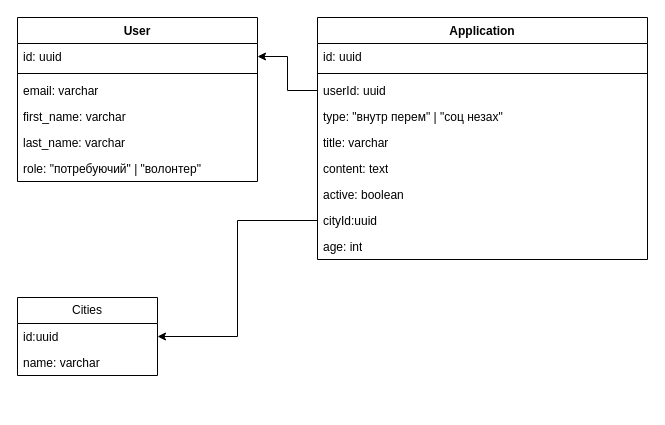
Above: Database.drawio in fyurchik/CodeCon (draw.io), before the change. Source tidied: cells renumbered, new cells numbered last; positions are measured from the earlier drawing's top-left corner, leaving out a move shared by most shapes. Both pictures are drawn from the tidied source at 100%, with x=0, y=0 at pixel (17, 17).
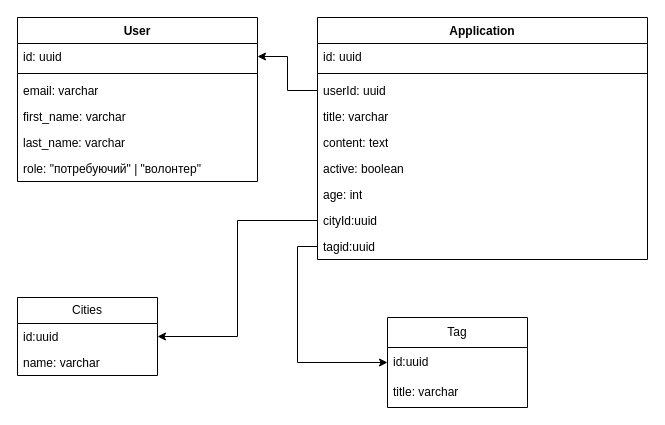
The same diagram, later.

Unchanged cells that the change refers to:
```xml
<mxCell id="9" value="Application" style="swimlane;fontStyle=1;align=center;verticalAlign=top;horizontal=1;startSize=26;whiteSpace=wrap;html=1;" parent="1" vertex="1">
  <mxGeometry x="300" width="330" height="242" as="geometry" />
</mxCell>
```

The edit, as a diff of the source:
```diff
@@
-    <mxCell id="13" value="type: &quot;внутр перем&quot; | &quot;соц незах&quot;" style="text;strokeColor=none;fillColor=none;align=left;verticalAlign=top;spacingLeft=4;spacingRight=4;overflow=hidden;whiteSpace=wrap;html=1;" parent="9" vertex="1">
-      <mxGeometry y="86" width="330" height="26" as="geometry" />
-    </mxCell>
     <mxCell id="14" value="title: varchar" style="text;strokeColor=none;fillColor=none;align=left;verticalAlign=top;spacingLeft=4;spacingRight=4;overflow=hidden;whiteSpace=wrap;html=1;" parent="9" vertex="1">
-      <mxGeometry y="112" width="330" height="26" as="geometry" />
+      <mxGeometry y="86" width="330" height="26" as="geometry" />
     </mxCell>
     <mxCell id="15" value="content: text" style="text;strokeColor=none;fillColor=none;align=left;verticalAlign=top;spacingLeft=4;spacingRight=4;overflow=hidden;whiteSpace=wrap;html=1;" parent="9" vertex="1">
-      <mxGeometry y="138" width="330" height="26" as="geometry" />
+      <mxGeometry y="112" width="330" height="26" as="geometry" />
     </mxCell>
     <mxCell id="16" value="active: boolean" style="text;strokeColor=none;fillColor=none;align=left;verticalAlign=top;spacingLeft=4;spacingRight=4;overflow=hidden;whiteSpace=wrap;html=1;" parent="9" vertex="1">
-      <mxGeometry y="164" width="330" height="26" as="geometry" />
+      <mxGeometry y="138" width="330" height="26" as="geometry" />
     </mxCell>
+    <mxCell id="18" value="age: int" style="text;strokeColor=none;fillColor=none;align=left;verticalAlign=top;spacingLeft=4;spacingRight=4;overflow=hidden;whiteSpace=wrap;html=1;" parent="9" vertex="1">
+      <mxGeometry y="164" width="330" height="26" as="geometry" />
+    </mxCell>
@@
-    <mxCell id="18" value="age: int" style="text;strokeColor=none;fillColor=none;align=left;verticalAlign=top;spacingLeft=4;spacingRight=4;overflow=hidden;whiteSpace=wrap;html=1;" parent="9" vertex="1">
-      <mxGeometry y="216" width="330" height="26" as="geometry" />
-    </mxCell>
+    <mxCell id="24" value="tagid:uuid" style="text;strokeColor=none;fillColor=none;align=left;verticalAlign=top;spacingLeft=4;spacingRight=4;overflow=hidden;points=[[0,0.5],[1,0.5]];portConstraint=eastwest;whiteSpace=wrap;html=1;" parent="9" vertex="1">
+      <mxGeometry y="216" width="330" height="26" as="geometry" />
+    </mxCell>
@@
+    <mxCell id="25" value="Tag" style="swimlane;fontStyle=0;horizontal=1;startSize=30;whiteSpace=wrap;html=1;" parent="1" vertex="1">
+      <mxGeometry x="370" y="300" width="140" height="90" as="geometry" />
+    </mxCell>
+    <mxCell id="26" value="id:uuid" style="text;strokeColor=none;fillColor=none;align=left;verticalAlign=middle;spacingLeft=4;spacingRight=4;overflow=hidden;points=[[0,0.5],[1,0.5]];portConstraint=eastwest;whiteSpace=wrap;html=1;" parent="25" vertex="1">
+      <mxGeometry y="30" width="140" height="30" as="geometry" />
+    </mxCell>
+    <mxCell id="27" value="title: varchar" style="text;strokeColor=none;fillColor=none;align=left;verticalAlign=middle;spacingLeft=4;spacingRight=4;overflow=hidden;whiteSpace=wrap;html=1;" parent="25" vertex="1">
+      <mxGeometry y="60" width="140" height="30" as="geometry" />
+    </mxCell>
+    <mxCell id="28" style="edgeStyle=orthogonalEdgeStyle;rounded=0;jettySize=auto;html=1;exitX=0;exitY=0.5;exitDx=0;exitDy=0;entryX=0;entryY=0.5;entryDx=0;entryDy=0;" parent="1" edge="1" source="24" target="26">
+      <mxGeometry relative="1" as="geometry" />
+    </mxCell>
```
